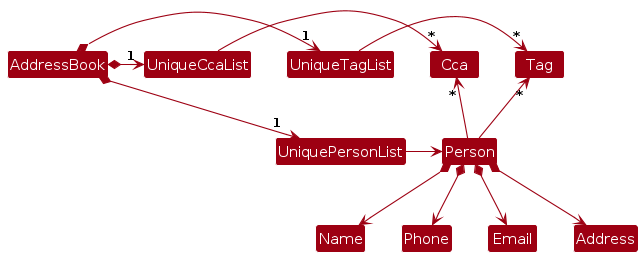
Fidget-Spinner/tp keeps this PlantUML diagram as diagrams/BetterModelClassDiagram.png. Above is the earlier version. Its source is kept beside it as diagrams/BetterModelClassDiagram.puml.
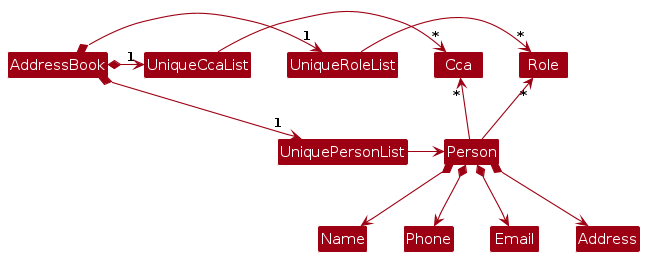
Later version of the same file.

Change to the diagram source:
```diff
@@ -5,16 +5,16 @@
 skinparam classBackgroundColor MODEL_COLOR
 
 AddressBook *-right-> "1" UniquePersonList
-AddressBook *-right-> "1" UniqueTagList
+AddressBook *-right-> "1" UniqueRoleList
 AddressBook *-right-> "1" UniqueCcaList
-UniqueTagList -[hidden]down- UniquePersonList
-UniqueTagList -[hidden]down- UniquePersonList
+UniqueRoleList -[hidden]down- UniquePersonList
+UniqueRoleList -[hidden]down- UniquePersonList
 
-UniqueTagList -right-> "*" Tag
+UniqueRoleList -right-> "*" Role
 UniqueCcaList -right-> "*" Cca
 UniquePersonList -right-> Person
 
-Person -up-> "*" Tag
+Person -up-> "*" Role
 Person -up-> "*" Cca
 
 Person *--> Name
```
